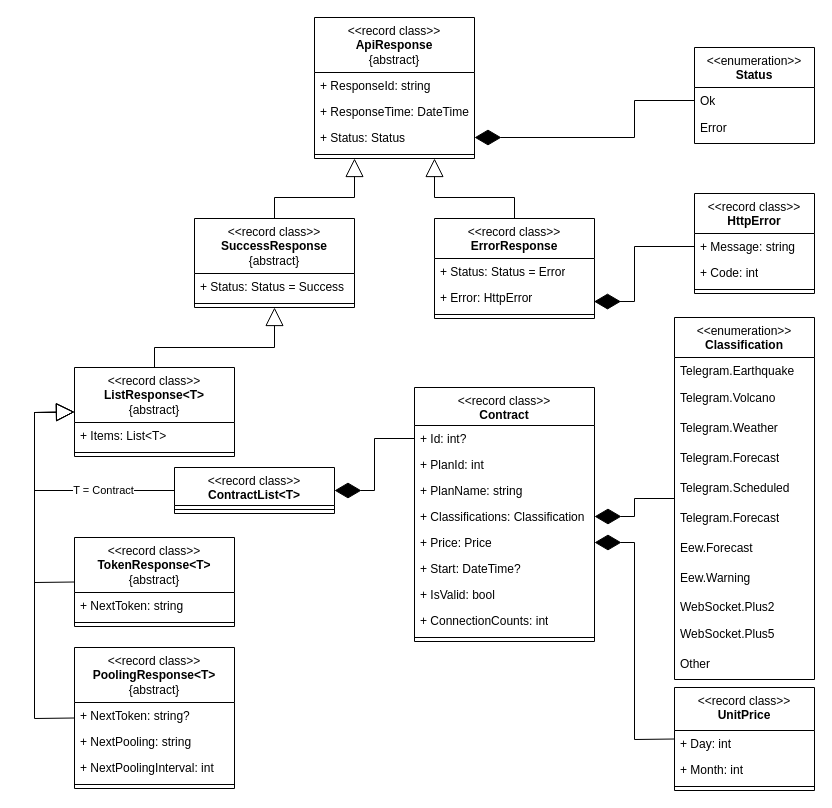
EasonSYC/a-level-computing-coursework keeps this draw.io diagram as img/class-http.drawio. Above is the earlier version. Source tidied: cells renumbered, new cells numbered last; positions are measured from the earlier drawing's top-left corner, leaving out a move shared by most shapes. Both pictures are drawn from the tidied source at 100%, with x=0, y=0 at pixel (34, 17).
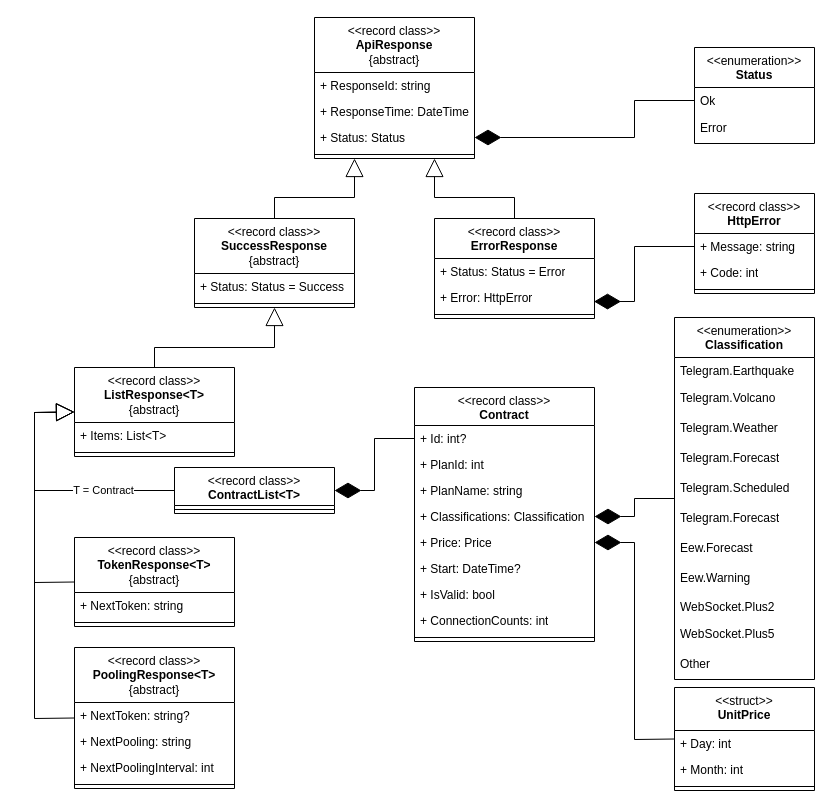
The same diagram, later.

The edit, as a diff of the source:
```diff
@@
-    <mxCell id="56" value="&amp;lt;&amp;lt;record class&amp;gt;&amp;gt;&lt;br&gt;&lt;b&gt;UnitPrice&lt;/b&gt;" style="swimlane;fontStyle=0;align=center;verticalAlign=top;horizontal=1;startSize=43;html=1;whiteSpace=wrap;" parent="1" vertex="1">
+    <mxCell id="56" value="&amp;lt;&amp;lt;struct&amp;gt;&amp;gt;&lt;br&gt;&lt;b&gt;UnitPrice&lt;/b&gt;" style="swimlane;fontStyle=0;align=center;verticalAlign=top;horizontal=1;startSize=43;html=1;whiteSpace=wrap;" parent="1" vertex="1">
       <mxGeometry x="640" y="670" width="140" height="103" as="geometry" />
     </mxCell>
```
